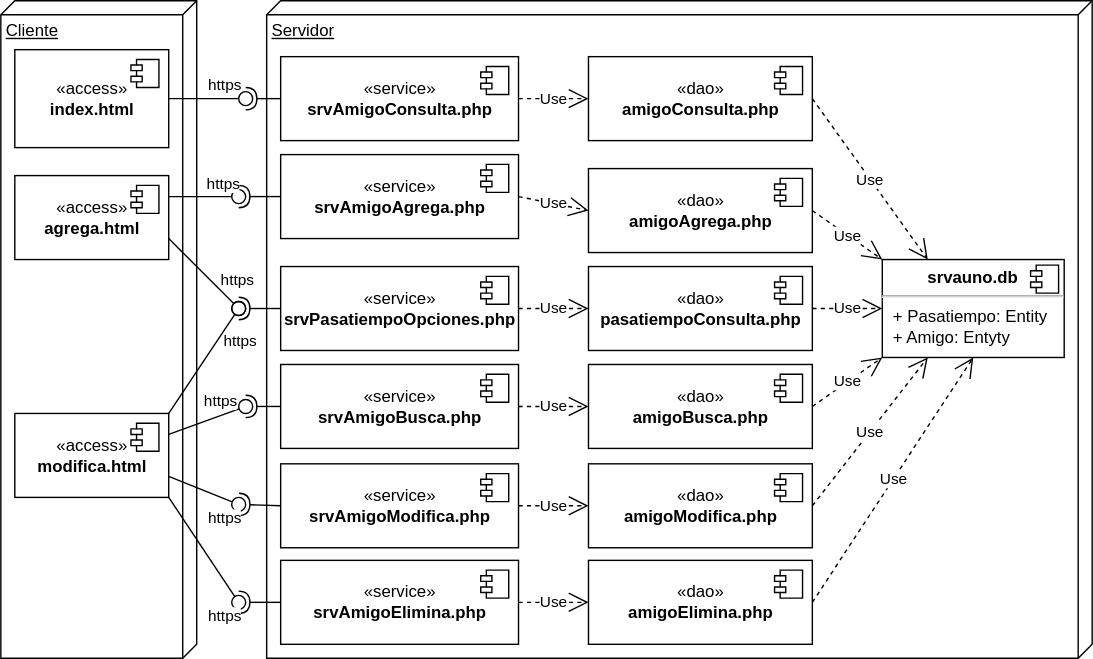
This is docs/img/m17auno/aunodeploy.drawio.svg from gilpgawoas/gilpgawoas.github.io, a draw.io export, as it was before one commit. Source tidied: cells renumbered, new cells last; positions are measured from the earlier drawing's top-left corner, leaving out a move shared by most shapes.
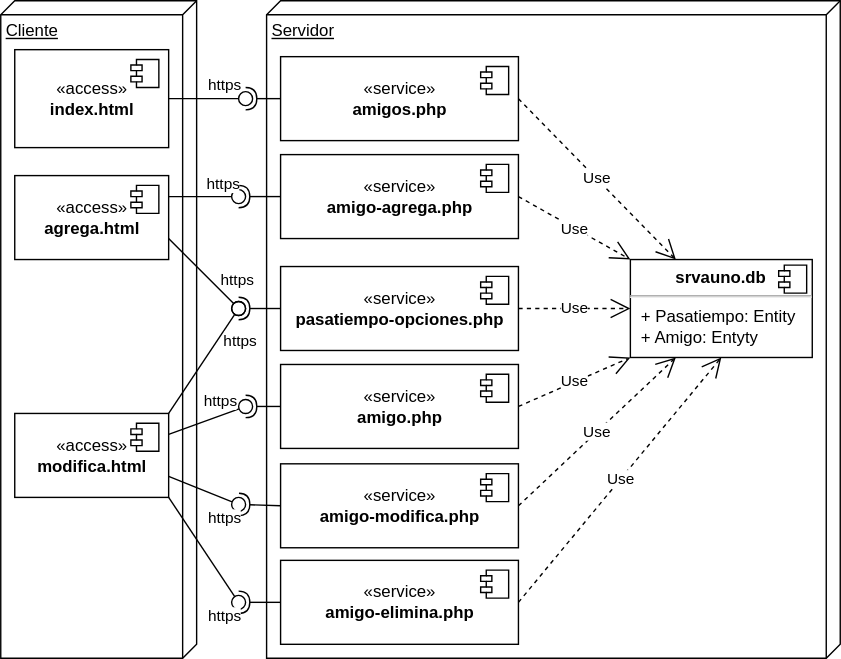
Above is the later version.

The edit, as a diff of the source:
```diff
@@ -14,9 +14,9 @@
       </mxGeometry>
     </mxCell>
     <mxCell id="5" value="Servidor" style="verticalAlign=top;align=left;spacingTop=8;spacingLeft=2;spacingRight=12;shape=cube;size=10;direction=south;fontStyle=4;html=1;" parent="1" vertex="1">
-      <mxGeometry x="190" width="590" height="470" as="geometry" />
+      <mxGeometry x="190" width="410" height="470" as="geometry" />
     </mxCell>
-    <mxCell id="6" value="«service»&lt;br&gt;&lt;b&gt;srvAmigoConsulta.php&lt;/b&gt;" style="html=1;" parent="1" vertex="1">
+    <mxCell id="6" value="«service»&lt;br&gt;&lt;b&gt;amigos.php&lt;/b&gt;" style="html=1;" parent="1" vertex="1">
       <mxGeometry x="200" y="40" width="170" height="60" as="geometry" />
     </mxCell>
     <mxCell id="7" style="shape=module;jettyWidth=8;jettyHeight=4;" parent="6" vertex="1">
@@ -24,70 +24,26 @@
         <mxPoint x="-27" y="7" as="offset" />
       </mxGeometry>
     </mxCell>
-    <mxCell id="8" value="«dao»&lt;br&gt;&lt;b style=&quot;border-color: var(--border-color);&quot;&gt;amigo&lt;/b&gt;&lt;b&gt;Modifica.php&lt;/b&gt;" style="html=1;" parent="1" vertex="1">
-      <mxGeometry x="420" y="331" width="160" height="60" as="geometry" />
-    </mxCell>
-    <mxCell id="9" style="shape=module;jettyWidth=8;jettyHeight=4;" parent="8" vertex="1">
-      <mxGeometry x="1" width="20" height="20" relative="1" as="geometry">
-        <mxPoint x="-27" y="7" as="offset" />
-      </mxGeometry>
-    </mxCell>
-    <mxCell id="10" value="«dao»&lt;br&gt;&lt;b style=&quot;border-color: var(--border-color);&quot;&gt;amigo&lt;/b&gt;&lt;b&gt;Elimina.php&lt;/b&gt;" style="html=1;" parent="1" vertex="1">
-      <mxGeometry x="420" y="400" width="160" height="60" as="geometry" />
-    </mxCell>
-    <mxCell id="11" style="shape=module;jettyWidth=8;jettyHeight=4;" parent="10" vertex="1">
-      <mxGeometry x="1" width="20" height="20" relative="1" as="geometry">
-        <mxPoint x="-27" y="7" as="offset" />
-      </mxGeometry>
-    </mxCell>
-    <mxCell id="12" value="Use" style="endArrow=open;endSize=12;dashed=1;html=1;rounded=0;entryX=0;entryY=0.5;entryDx=0;entryDy=0;exitX=1;exitY=0.5;exitDx=0;exitDy=0;" parent="1" edge="1" source="6" target="30">
-      <mxGeometry relative="1" as="geometry" />
-    </mxCell>
-    <mxCell id="13" value="Use" style="endArrow=open;endSize=12;dashed=1;html=1;rounded=0;entryX=0;entryY=0.5;entryDx=0;entryDy=0;exitX=1;exitY=0.5;exitDx=0;exitDy=0;" parent="1" edge="1" source="38" target="10">
-      <mxGeometry relative="1" as="geometry" />
-    </mxCell>
-    <mxCell id="14" value="Use" style="endArrow=open;endSize=12;dashed=1;html=1;rounded=0;exitX=1;exitY=0.5;exitDx=0;exitDy=0;entryX=0.25;entryY=1;entryDx=0;entryDy=0;" parent="1" edge="1" source="8" target="16">
+    <mxCell id="14" value="Use" style="endArrow=open;endSize=12;dashed=1;html=1;rounded=0;exitX=1;exitY=0.5;exitDx=0;exitDy=0;entryX=0.25;entryY=1;entryDx=0;entryDy=0;" parent="1" edge="1" source="36" target="16">
       <mxGeometry relative="1" as="geometry" />
     </mxCell>
-    <mxCell id="15" value="Use" style="endArrow=open;endSize=12;dashed=1;html=1;rounded=0;entryX=0.5;entryY=1;entryDx=0;entryDy=0;exitX=1;exitY=0.5;exitDx=0;exitDy=0;" parent="1" edge="1" source="10" target="16">
+    <mxCell id="15" value="Use" style="endArrow=open;endSize=12;dashed=1;html=1;rounded=0;entryX=0.5;entryY=1;entryDx=0;entryDy=0;exitX=1;exitY=0.5;exitDx=0;exitDy=0;" parent="1" edge="1" source="38" target="16">
       <mxGeometry relative="1" as="geometry" />
     </mxCell>
     <mxCell id="16" value="&lt;p style=&quot;margin:0px;margin-top:6px;text-align:center;&quot;&gt;&lt;b&gt;srvauno.db&lt;/b&gt;&lt;/p&gt;&lt;hr&gt;&lt;p style=&quot;margin:0px;margin-left:8px;&quot;&gt;+ Pasatiempo: Entity&lt;/p&gt;&lt;p style=&quot;margin:0px;margin-left:8px;&quot;&gt;+ Amigo: Entyty&lt;/p&gt;" style="align=left;overflow=fill;html=1;" parent="1" vertex="1">
-      <mxGeometry x="630" y="185" width="130" height="70" as="geometry" />
+      <mxGeometry x="450" y="185" width="130" height="70" as="geometry" />
     </mxCell>
     <mxCell id="17" style="shape=component;jettyWidth=8;jettyHeight=4;" parent="16" vertex="1">
       <mxGeometry x="1" width="20" height="20" relative="1" as="geometry">
         <mxPoint x="-24" y="4" as="offset" />
       </mxGeometry>
     </mxCell>
-    <mxCell id="18" value="«dao»&lt;br&gt;&lt;b style=&quot;border-color: var(--border-color);&quot;&gt;amigo&lt;/b&gt;&lt;b&gt;Agrega.php&lt;/b&gt;" style="html=1;" parent="1" vertex="1">
-      <mxGeometry x="420" y="120" width="160" height="60" as="geometry" />
-    </mxCell>
-    <mxCell id="19" style="shape=module;jettyWidth=8;jettyHeight=4;" parent="18" vertex="1">
-      <mxGeometry x="1" width="20" height="20" relative="1" as="geometry">
-        <mxPoint x="-27" y="7" as="offset" />
-      </mxGeometry>
-    </mxCell>
-    <mxCell id="20" value="«dao»&lt;br&gt;&lt;b style=&quot;border-color: var(--border-color);&quot;&gt;amigo&lt;/b&gt;&lt;b&gt;Busca.php&lt;/b&gt;" style="html=1;" parent="1" vertex="1">
-      <mxGeometry x="420" y="260" width="160" height="60" as="geometry" />
-    </mxCell>
-    <mxCell id="21" style="shape=module;jettyWidth=8;jettyHeight=4;" parent="20" vertex="1">
-      <mxGeometry x="1" width="20" height="20" relative="1" as="geometry">
-        <mxPoint x="-27" y="7" as="offset" />
-      </mxGeometry>
-    </mxCell>
-    <mxCell id="22" value="Use" style="endArrow=open;endSize=12;dashed=1;html=1;rounded=0;exitX=1;exitY=0.5;exitDx=0;exitDy=0;entryX=0;entryY=0;entryDx=0;entryDy=0;" parent="1" edge="1" source="18" target="16">
+    <mxCell id="22" value="Use" style="endArrow=open;endSize=12;dashed=1;html=1;rounded=0;exitX=1;exitY=0.5;exitDx=0;exitDy=0;entryX=0;entryY=0;entryDx=0;entryDy=0;" parent="1" edge="1" source="32" target="16">
       <mxGeometry relative="1" as="geometry" />
     </mxCell>
-    <mxCell id="23" value="Use" style="endArrow=open;endSize=12;dashed=1;html=1;rounded=0;exitX=1;exitY=0.5;exitDx=0;exitDy=0;entryX=0;entryY=1;entryDx=0;entryDy=0;" parent="1" edge="1" source="20" target="16">
+    <mxCell id="23" value="Use" style="endArrow=open;endSize=12;dashed=1;html=1;rounded=0;exitX=1;exitY=0.5;exitDx=0;exitDy=0;entryX=0;entryY=1;entryDx=0;entryDy=0;" parent="1" edge="1" source="34" target="16">
       <mxGeometry relative="1" as="geometry" />
     </mxCell>
-    <mxCell id="24" value="Use" style="endArrow=open;endSize=12;dashed=1;html=1;rounded=0;entryX=0;entryY=0.5;entryDx=0;entryDy=0;exitX=1;exitY=0.5;exitDx=0;exitDy=0;" parent="1" edge="1" source="34" target="20">
-      <mxGeometry relative="1" as="geometry" />
-    </mxCell>
-    <mxCell id="25" value="Use" style="endArrow=open;endSize=12;dashed=1;html=1;rounded=0;entryX=0;entryY=0.5;entryDx=0;entryDy=0;exitX=1;exitY=0.5;exitDx=0;exitDy=0;" parent="1" edge="1" source="36" target="8">
-      <mxGeometry relative="1" as="geometry" />
-    </mxCell>
     <mxCell id="26" value="«access»&lt;br&gt;&lt;b&gt;agrega.html&lt;/b&gt;" style="html=1;" parent="1" vertex="1">
       <mxGeometry x="10" y="125" width="110" height="60" as="geometry" />
     </mxCell>
@@ -104,15 +60,7 @@
         <mxPoint x="-27" y="7" as="offset" />
       </mxGeometry>
     </mxCell>
-    <mxCell id="30" value="«dao»&lt;br&gt;&lt;b&gt;amigoConsulta.php&lt;/b&gt;" style="html=1;" parent="1" vertex="1">
-      <mxGeometry x="420" y="40" width="160" height="60" as="geometry" />
-    </mxCell>
-    <mxCell id="31" style="shape=module;jettyWidth=8;jettyHeight=4;" parent="30" vertex="1">
-      <mxGeometry x="1" width="20" height="20" relative="1" as="geometry">
-        <mxPoint x="-27" y="7" as="offset" />
-      </mxGeometry>
-    </mxCell>
-    <mxCell id="32" value="«service»&lt;br&gt;&lt;b&gt;srv&lt;/b&gt;&lt;b style=&quot;border-color: var(--border-color);&quot;&gt;Amigo&lt;/b&gt;&lt;b&gt;Agrega.php&lt;/b&gt;" style="html=1;" parent="1" vertex="1">
+    <mxCell id="32" value="«service»&lt;br&gt;&lt;b style=&quot;border-color: var(--border-color);&quot;&gt;amigo-a&lt;/b&gt;&lt;b&gt;grega.php&lt;/b&gt;" style="html=1;" parent="1" vertex="1">
       <mxGeometry x="200" y="110" width="170" height="60" as="geometry" />
     </mxCell>
     <mxCell id="33" style="shape=module;jettyWidth=8;jettyHeight=4;" parent="32" vertex="1">
@@ -120,7 +68,7 @@
         <mxPoint x="-27" y="7" as="offset" />
       </mxGeometry>
     </mxCell>
-    <mxCell id="34" value="«service»&lt;br&gt;&lt;b&gt;srv&lt;/b&gt;&lt;b style=&quot;border-color: var(--border-color);&quot;&gt;Amigo&lt;/b&gt;&lt;b&gt;Busca.php&lt;/b&gt;" style="html=1;" parent="1" vertex="1">
+    <mxCell id="34" value="«service»&lt;br&gt;&lt;b style=&quot;border-color: var(--border-color);&quot;&gt;amigo&lt;/b&gt;&lt;b&gt;.php&lt;/b&gt;" style="html=1;" parent="1" vertex="1">
       <mxGeometry x="200" y="260" width="170" height="60" as="geometry" />
     </mxCell>
     <mxCell id="35" style="shape=module;jettyWidth=8;jettyHeight=4;" parent="34" vertex="1">
@@ -128,7 +76,7 @@
         <mxPoint x="-27" y="7" as="offset" />
       </mxGeometry>
     </mxCell>
-    <mxCell id="36" value="«service»&lt;br&gt;&lt;b&gt;srv&lt;/b&gt;&lt;b style=&quot;border-color: var(--border-color);&quot;&gt;Amigo&lt;/b&gt;&lt;b&gt;Modifica.php&lt;/b&gt;" style="html=1;" parent="1" vertex="1">
+    <mxCell id="36" value="«service»&lt;br&gt;&lt;b style=&quot;border-color: var(--border-color);&quot;&gt;amigo-m&lt;/b&gt;&lt;b&gt;odifica.php&lt;/b&gt;" style="html=1;" parent="1" vertex="1">
       <mxGeometry x="200" y="331" width="170" height="60" as="geometry" />
     </mxCell>
     <mxCell id="37" style="shape=module;jettyWidth=8;jettyHeight=4;" parent="36" vertex="1">
@@ -136,7 +84,7 @@
         <mxPoint x="-27" y="7" as="offset" />
       </mxGeometry>
     </mxCell>
-    <mxCell id="38" value="«service»&lt;br&gt;&lt;b&gt;srv&lt;/b&gt;&lt;b style=&quot;border-color: var(--border-color);&quot;&gt;Amigo&lt;/b&gt;&lt;b&gt;Elimina.php&lt;/b&gt;" style="html=1;" parent="1" vertex="1">
+    <mxCell id="38" value="«service»&lt;br&gt;&lt;b style=&quot;border-color: var(--border-color);&quot;&gt;amigo-e&lt;/b&gt;&lt;b&gt;limina.php&lt;/b&gt;" style="html=1;" parent="1" vertex="1">
       <mxGeometry x="200" y="400" width="170" height="60" as="geometry" />
     </mxCell>
     <mxCell id="39" style="shape=module;jettyWidth=8;jettyHeight=4;" parent="38" vertex="1">
@@ -144,10 +92,7 @@
         <mxPoint x="-27" y="7" as="offset" />
       </mxGeometry>
     </mxCell>
-    <mxCell id="40" value="Use" style="endArrow=open;endSize=12;dashed=1;html=1;rounded=0;entryX=0;entryY=0.5;entryDx=0;entryDy=0;exitX=1;exitY=0.5;exitDx=0;exitDy=0;" parent="1" edge="1" source="32" target="18">
-      <mxGeometry relative="1" as="geometry" />
-    </mxCell>
-    <mxCell id="41" value="Use" style="endArrow=open;endSize=12;dashed=1;html=1;rounded=0;exitX=1;exitY=0.5;exitDx=0;exitDy=0;entryX=0.25;entryY=0;entryDx=0;entryDy=0;" parent="1" edge="1" source="30" target="16">
+    <mxCell id="41" value="Use" style="endArrow=open;endSize=12;dashed=1;html=1;rounded=0;exitX=1;exitY=0.5;exitDx=0;exitDy=0;entryX=0.25;entryY=0;entryDx=0;entryDy=0;" parent="1" edge="1" source="6" target="16">
       <mxGeometry relative="1" as="geometry" />
     </mxCell>
     <mxCell id="42" value="https" style="rounded=0;jettySize=auto;html=1;endArrow=none;endFill=0;sketch=0;sourcePerimeterSpacing=0;targetPerimeterSpacing=0;exitX=1;exitY=0.25;exitDx=0;exitDy=0;" parent="1" edge="1" source="28" target="44">
@@ -176,7 +121,7 @@
     <mxCell id="48" style="ellipse;whiteSpace=wrap;html=1;align=center;points=[];outlineConnect=0;sketch=0;" parent="1" vertex="1">
       <mxGeometry x="170" y="65" width="10" height="10" as="geometry" />
     </mxCell>
-    <mxCell id="49" value="«service»&lt;br&gt;&lt;b&gt;srvPasatiempoOpciones&lt;/b&gt;&lt;b&gt;.php&lt;/b&gt;" style="html=1;" parent="1" vertex="1">
+    <mxCell id="49" value="«service»&lt;br&gt;&lt;b&gt;pasatiempo-opciones&lt;/b&gt;&lt;b&gt;.php&lt;/b&gt;" style="html=1;" parent="1" vertex="1">
       <mxGeometry x="200" y="190" width="170" height="60" as="geometry" />
     </mxCell>
     <mxCell id="50" style="shape=module;jettyWidth=8;jettyHeight=4;" parent="49" vertex="1">
@@ -184,20 +129,9 @@
         <mxPoint x="-27" y="7" as="offset" />
       </mxGeometry>
     </mxCell>
-    <mxCell id="51" value="«dao»&lt;br&gt;&lt;b&gt;pasatiempoConsulta.php&lt;/b&gt;" style="html=1;" parent="1" vertex="1">
-      <mxGeometry x="420" y="190" width="160" height="60" as="geometry" />
-    </mxCell>
-    <mxCell id="52" style="shape=module;jettyWidth=8;jettyHeight=4;" parent="51" vertex="1">
-      <mxGeometry x="1" width="20" height="20" relative="1" as="geometry">
-        <mxPoint x="-27" y="7" as="offset" />
-      </mxGeometry>
-    </mxCell>
-    <mxCell id="53" value="Use" style="endArrow=open;endSize=12;dashed=1;html=1;rounded=0;exitX=1;exitY=0.5;exitDx=0;exitDy=0;entryX=0;entryY=0.5;entryDx=0;entryDy=0;" parent="1" edge="1" source="51" target="16">
+    <mxCell id="53" value="Use" style="endArrow=open;endSize=12;dashed=1;html=1;rounded=0;exitX=1;exitY=0.5;exitDx=0;exitDy=0;entryX=0;entryY=0.5;entryDx=0;entryDy=0;" parent="1" edge="1" source="49" target="16">
       <mxGeometry relative="1" as="geometry" />
     </mxCell>
-    <mxCell id="54" value="Use" style="endArrow=open;endSize=12;dashed=1;html=1;rounded=0;entryX=0;entryY=0.5;entryDx=0;entryDy=0;exitX=1;exitY=0.5;exitDx=0;exitDy=0;" parent="1" edge="1" source="49" target="51">
-      <mxGeometry relative="1" as="geometry" />
-    </mxCell>
     <mxCell id="55" style="rounded=0;jettySize=auto;html=1;endArrow=halfCircle;endFill=0;endSize=6;strokeWidth=1;sketch=0;exitX=0;exitY=0.5;exitDx=0;exitDy=0;" parent="1" edge="1" source="32">
       <mxGeometry relative="1" as="geometry">
         <mxPoint x="170" y="140" as="targetPoint" />
```
